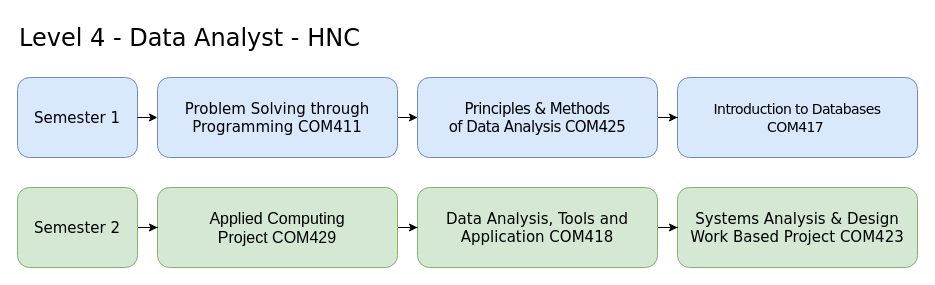
This is page "HTQ-Data" (1 of 3) of HTQ.drawio from martinsolent/solent_diagrams, a draw.io file, before an edit. Source tidied: cells renumbered, new cells numbered last; positions are measured from the earlier drawing's top-left corner, leaving out a move shared by most shapes. Both pictures are drawn from the tidied source at 100%, with x=0, y=0 at pixel (17, 17).
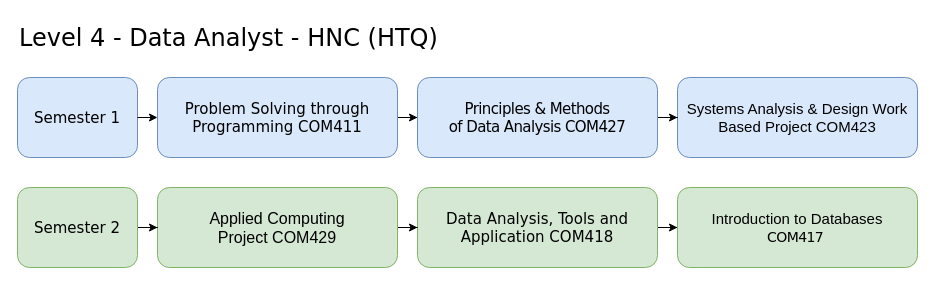
The same diagram, later.

The edit, as a diff of the source:
```diff
@@
 <mxGraphModel>
   <root>
     <mxCell id="0" />
     <mxCell id="1" parent="0" />
     <mxCell id="2" style="edgeStyle=orthogonalEdgeStyle;rounded=0;jettySize=auto;html=1;" parent="1" edge="1" source="3" target="11">
       <mxGeometry relative="1" as="geometry" />
     </mxCell>
     <mxCell id="3" value="&lt;font face=&quot;Verdana&quot;&gt;Problem Solving through Programming COM411&lt;/font&gt;" style="rounded=1;whiteSpace=wrap;html=1;fontSize=15;labelBackgroundColor=none;fillColor=#dae8fc;strokeColor=#6c8ebf;" parent="1" vertex="1">
       <mxGeometry x="140" y="60" width="240" height="80" as="geometry" />
     </mxCell>
-    <mxCell id="4" value="&lt;div style=&quot;&quot;&gt;&lt;span style=&quot;font-family: Verdana;&quot;&gt;Systems Analysis &amp;amp; Design Work Based Project COM423&lt;/span&gt;&lt;br&gt;&lt;/div&gt;" style="rounded=1;whiteSpace=wrap;html=1;fontSize=15;align=center;fillColor=#d5e8d4;strokeColor=#82b366;" parent="1" vertex="1">
-      <mxGeometry x="660" y="170" width="240" height="80" as="geometry" />
+    <mxCell id="4" value="&lt;div style=&quot;&quot;&gt;Systems Analysis &amp;amp; Design Work Based Project COM423&lt;br&gt;&lt;/div&gt;" style="rounded=1;whiteSpace=wrap;html=1;fontSize=15;align=center;fillColor=#dae8fc;strokeColor=#6c8ebf;" parent="1" vertex="1">
+      <mxGeometry x="660" y="60" width="240" height="80" as="geometry" />
     </mxCell>
-    <mxCell id="5" style="edgeStyle=orthogonalEdgeStyle;rounded=0;jettySize=auto;html=1;" parent="1" edge="1" source="6" target="4">
-      <mxGeometry relative="1" as="geometry" />
-    </mxCell>
+    <mxCell id="18" style="edgeStyle=orthogonalEdgeStyle;rounded=0;jettySize=auto;html=1;" parent="1" edge="1" source="6" target="9">
+      <mxGeometry relative="1" as="geometry" />
+    </mxCell>
     <mxCell id="6" value="&lt;font face=&quot;Verdana&quot;&gt;Data Analysis, Tools and Application COM418&lt;/font&gt;" style="rounded=1;whiteSpace=wrap;html=1;fontSize=15;fillColor=#d5e8d4;strokeColor=#82b366;" parent="1" vertex="1">
       <mxGeometry x="400" y="170" width="240" height="80" as="geometry" />
     </mxCell>
     <mxCell id="7" style="edgeStyle=orthogonalEdgeStyle;rounded=0;jettySize=auto;html=1;" parent="1" edge="1" source="8" target="6">
       <mxGeometry relative="1" as="geometry" />
     </mxCell>
     <mxCell id="8" style="rounded=1;whiteSpace=wrap;html=1;fontSize=15;fillColor=#d5e8d4;strokeColor=#82b366;" parent="1" vertex="1">
       <mxGeometry x="140" y="170" width="240" height="80" as="geometry" />
     </mxCell>
-    <mxCell id="9" value="&lt;div style=&quot;line-height: 1.2;&quot;&gt;&lt;font face=&quot;Verdana&quot;&gt;&lt;span style=&quot;font-size: 14px; letter-spacing: -0.6px;&quot;&gt;Introduction to Databases&lt;br&gt;&lt;/span&gt;&lt;span style=&quot;font-size: 14px; letter-spacing: -0.6px;&quot;&gt;COM417&amp;nbsp;&lt;/span&gt;&lt;/font&gt;&lt;br&gt;&lt;/div&gt;" style="rounded=1;whiteSpace=wrap;html=1;fontSize=15;align=center;fillColor=#dae8fc;strokeColor=#6c8ebf;" parent="1" vertex="1">
-      <mxGeometry x="660" y="60" width="240" height="80" as="geometry" />
+    <mxCell id="9" value="&lt;div style=&quot;line-height: 1.2;&quot;&gt;Introduction to Databases&lt;br style=&quot;border-color: var(--border-color);&quot;&gt;&lt;span style=&quot;border-color: var(--border-color); font-family: Verdana; font-size: 14px; letter-spacing: -0.6px;&quot;&gt;COM417&amp;nbsp;&lt;/span&gt;&lt;br&gt;&lt;/div&gt;" style="rounded=1;whiteSpace=wrap;html=1;fontSize=15;align=center;fillColor=#d5e8d4;strokeColor=#82b366;" parent="1" vertex="1">
+      <mxGeometry x="660" y="170" width="240" height="80" as="geometry" />
     </mxCell>
-    <mxCell id="10" style="edgeStyle=orthogonalEdgeStyle;rounded=0;jettySize=auto;html=1;" parent="1" edge="1" source="11" target="9">
-      <mxGeometry relative="1" as="geometry" />
-    </mxCell>
+    <mxCell id="19" style="edgeStyle=orthogonalEdgeStyle;rounded=0;jettySize=auto;html=1;" parent="1" edge="1" source="11" target="4">
+      <mxGeometry relative="1" as="geometry" />
+    </mxCell>
-    <mxCell id="11" value="&lt;div style=&quot;&quot;&gt;&lt;span style=&quot;background-color: initial; letter-spacing: -0.6px;&quot;&gt;&lt;font style=&quot;font-size: 15px;&quot; face=&quot;Verdana&quot;&gt;Principles &amp;amp; Methods&lt;br&gt;of Data Analysis COM425&lt;/font&gt;&lt;/span&gt;&lt;/div&gt;" style="rounded=1;whiteSpace=wrap;html=1;fontSize=15;align=center;fillColor=#dae8fc;strokeColor=#6c8ebf;" parent="1" vertex="1">
+    <mxCell id="11" value="&lt;div style=&quot;&quot;&gt;&lt;span style=&quot;background-color: initial; letter-spacing: -0.6px;&quot;&gt;&lt;font style=&quot;font-size: 15px;&quot; face=&quot;Verdana&quot;&gt;Principles &amp;amp; Methods&lt;br&gt;of Data Analysis COM427&lt;/font&gt;&lt;/span&gt;&lt;/div&gt;" style="rounded=1;whiteSpace=wrap;html=1;fontSize=15;align=center;fillColor=#dae8fc;strokeColor=#6c8ebf;" parent="1" vertex="1">
       <mxGeometry x="400" y="60" width="240" height="80" as="geometry" />
     </mxCell>
-    <mxCell id="12" value="Level 4 - Data Analyst - HNC" style="text;whiteSpace=wrap;html=1;fontSize=24;fontFamily=Verdana;fontColor=#000000;" parent="1" vertex="1">
+    <mxCell id="12" value="Level 4 - Data Analyst - HNC (HTQ)" style="text;whiteSpace=wrap;html=1;fontSize=24;fontFamily=Verdana;fontColor=#000000;" parent="1" vertex="1">
       <mxGeometry width="830" height="30" as="geometry" />
     </mxCell>
     <mxCell id="13" value="&lt;font face=&quot;Verdana&quot;&gt;Semester 1&lt;/font&gt;" style="rounded=1;whiteSpace=wrap;html=1;fontSize=15;labelBackgroundColor=none;fillColor=#dae8fc;strokeColor=#6c8ebf;" parent="1" vertex="1">
       <mxGeometry y="60" width="120" height="80" as="geometry" />
     </mxCell>
     <mxCell id="14" style="edgeStyle=orthogonalEdgeStyle;rounded=0;jettySize=auto;html=1;" parent="1" edge="1" source="15" target="8">
       <mxGeometry relative="1" as="geometry" />
     </mxCell>
     <mxCell id="15" value="&lt;font face=&quot;Verdana&quot;&gt;Semester 2&lt;/font&gt;" style="rounded=1;whiteSpace=wrap;html=1;fontSize=15;labelBackgroundColor=none;fillColor=#d5e8d4;strokeColor=#82b366;" parent="1" vertex="1">
       <mxGeometry y="170" width="120" height="80" as="geometry" />
     </mxCell>
     <mxCell id="16" style="endArrow=classic;html=1;rounded=0;" parent="1" edge="1" target="3">
       <mxGeometry relative="1" as="geometry">
         <mxPoint x="120" y="100" as="sourcePoint" />
       </mxGeometry>
     </mxCell>
     <mxCell id="17" value="&lt;font style=&quot;font-size: 16px;&quot;&gt;Applied Computing Project COM429&lt;/font&gt;" style="text;whiteSpace=wrap;html=1;align=center;" parent="1" vertex="1">
       <mxGeometry x="165" y="185" width="190" height="50" as="geometry" />
     </mxCell>
   </root>
 </mxGraphModel>
```
